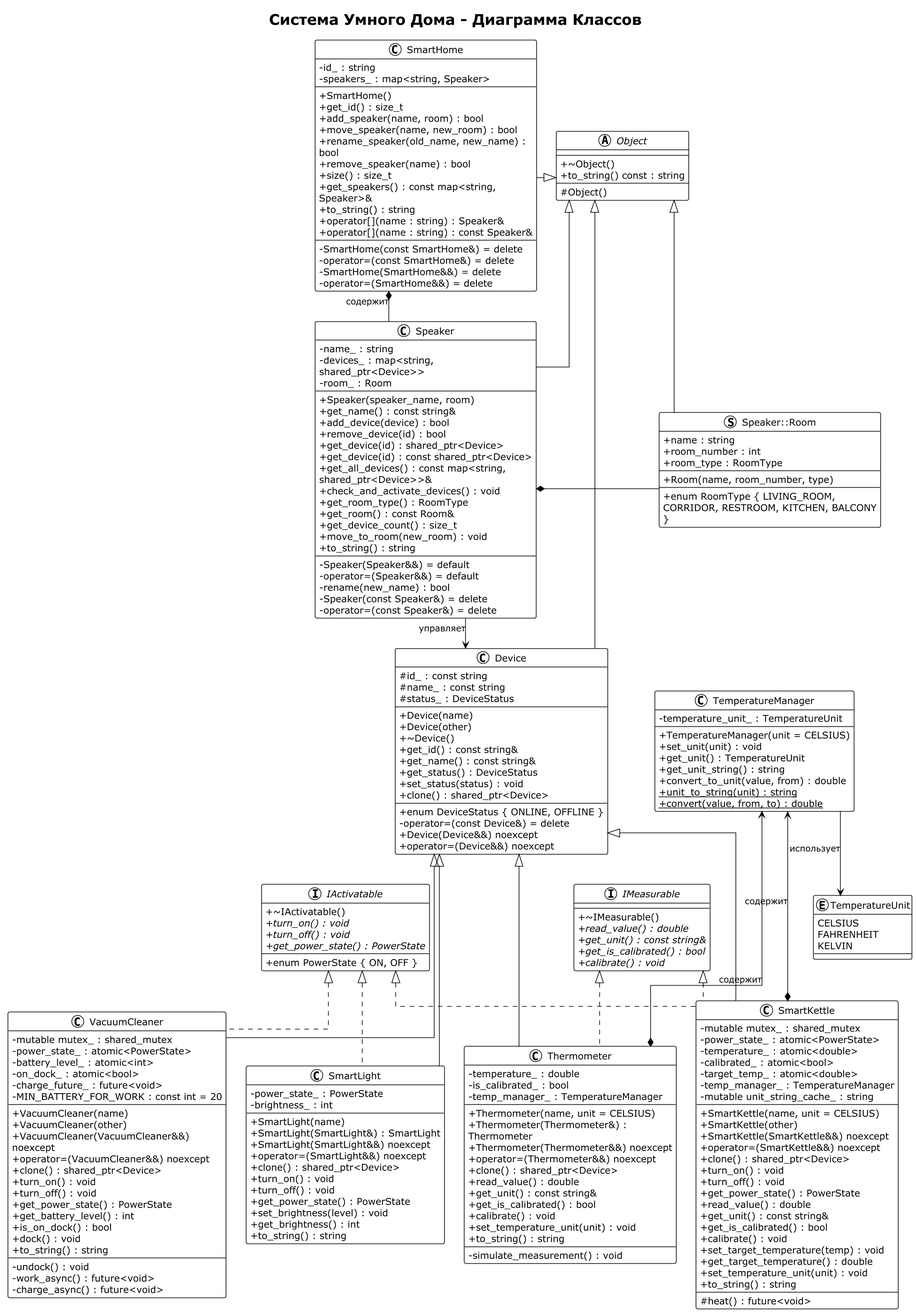
Above: docs/SmartHouse_ClassDiagram.png in abigotado/smart-house (PlantUML), before the change.
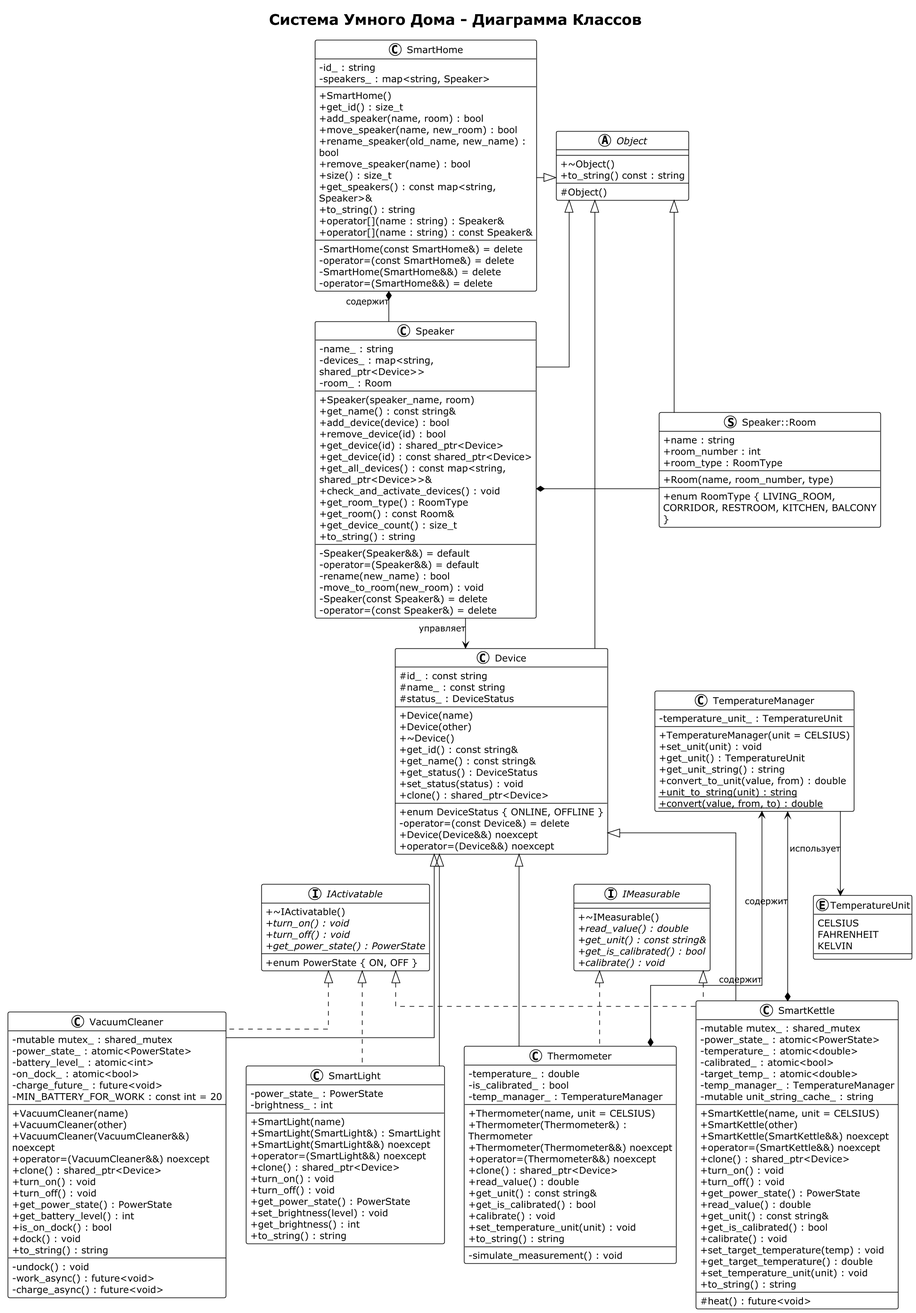
After the change.

Commit message:
fix(speaker): permit moving speakers only from smart home class

What changed in the source:
```diff
@@ -52,12 +52,12 @@
     + get_room_type() : RoomType
     + get_room() : const Room&
     + get_device_count() : size_t
-    + move_to_room(new_room) : void
     + to_string() : string
     --
     - Speaker(Speaker&&) = default
     - operator=(Speaker&&) = default
     - rename(new_name) : bool
+    - move_to_room(new_room) : void
     - Speaker(const Speaker&) = delete
     - operator=(const Speaker&) = delete
 }
```
